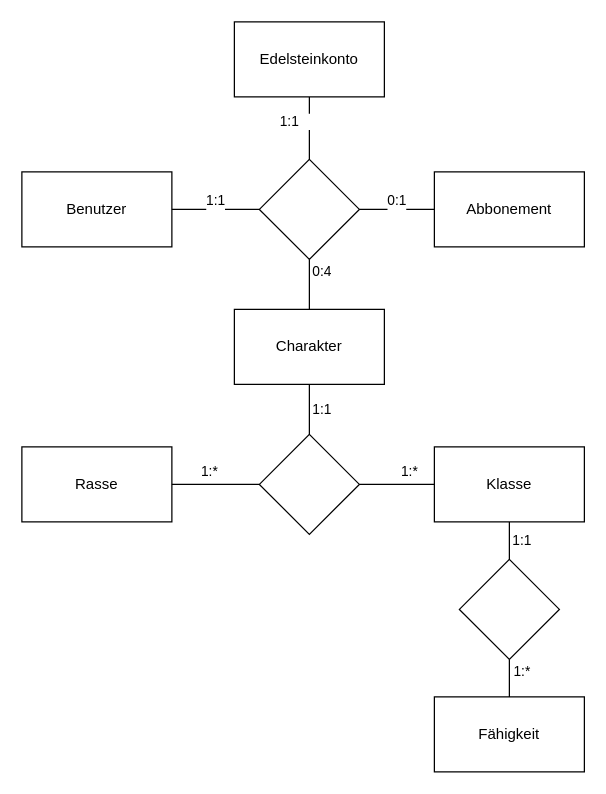
Above: Datenbanken_Milan.drawio in mitmirzutun/Datenbanken (draw.io), before the change. Source tidied: cells renumbered, new cells numbered last; positions are measured from the earlier drawing's top-left corner, leaving out a move shared by most shapes. Both pictures are drawn from the tidied source at 125%, with x=0, y=0 at pixel (21, 21).
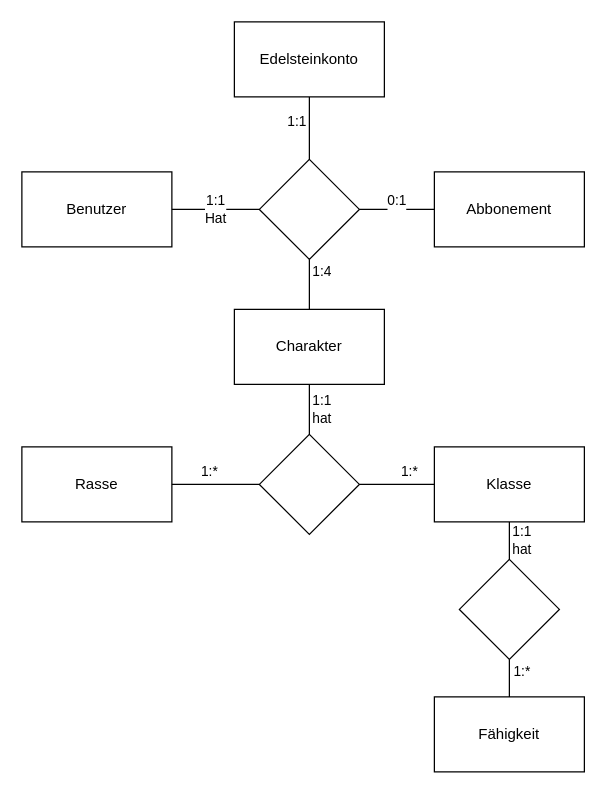
The same page after the edit.

The change refers to these unchanged cells:
```xml
<mxCell id="2" value="Benutzer" style="rounded=0;whiteSpace=wrap;html=1;" parent="1" vertex="1">
  <mxGeometry y="120" width="120" height="60" as="geometry" />
</mxCell>
<mxCell id="3" style="rhombus;whiteSpace=wrap;html=1;" parent="1" vertex="1">
  <mxGeometry x="190" y="110" width="80" height="80" as="geometry" />
</mxCell>
<mxCell id="7" value="Edelsteinkonto" style="rounded=0;whiteSpace=wrap;html=1;" parent="1" vertex="1">
  <mxGeometry x="170" width="120" height="60" as="geometry" />
</mxCell>
<mxCell id="10" value="Charakter" style="rounded=0;whiteSpace=wrap;html=1;" parent="1" vertex="1">
  <mxGeometry x="170" y="230" width="120" height="60" as="geometry" />
</mxCell>
<mxCell id="13" value="Klasse" style="rounded=0;whiteSpace=wrap;html=1;" parent="1" vertex="1">
  <mxGeometry x="330" y="340" width="120" height="60" as="geometry" />
</mxCell>
<mxCell id="17" style="rhombus;whiteSpace=wrap;html=1;" parent="1" vertex="1">
  <mxGeometry x="350" y="430" width="80" height="80" as="geometry" />
</mxCell>
<mxCell id="19" style="rhombus;whiteSpace=wrap;html=1;" parent="1" vertex="1">
  <mxGeometry x="190" y="330" width="80" height="80" as="geometry" />
</mxCell>
```

What changed in the source:
```diff
@@
-    <mxCell id="4" value="1:1&lt;br&gt;&amp;nbsp;" style="endArrow=none;html=1;entryX=0;entryY=0.5;entryDx=0;entryDy=0;exitX=1;exitY=0.5;exitDx=0;exitDy=0;" parent="1" edge="1" source="2" target="3">
+    <mxCell id="4" value="1:1&lt;br&gt;Hat" style="endArrow=none;html=1;entryX=0;entryY=0.5;entryDx=0;entryDy=0;exitX=1;exitY=0.5;exitDx=0;exitDy=0;" parent="1" edge="1" source="2" target="3">
       <mxGeometry relative="1" as="geometry">
         <Array as="points">
           <mxPoint x="150" y="150" />
         </Array>
       </mxGeometry>
     </mxCell>
@@
-    <mxCell id="8" value="1:1&amp;nbsp; &amp;nbsp;&amp;nbsp;" style="endArrow=none;html=1;exitX=0.5;exitY=1;exitDx=0;exitDy=0;" parent="1" edge="1" source="7">
+    <mxCell id="8" value="1:1" style="endArrow=none;html=1;exitX=0.5;exitY=1;exitDx=0;exitDy=0;" parent="1" edge="1" source="7">
       <mxGeometry x="-0.2" y="-10" relative="1" as="geometry">
         <mxPoint x="230" y="110" as="targetPoint" />
       </mxGeometry>
     </mxCell>
-    <mxCell id="9" value="0:4" style="endArrow=none;html=1;entryX=0.5;entryY=1;entryDx=0;entryDy=0;exitX=0.5;exitY=0;exitDx=0;exitDy=0;" parent="1" edge="1" source="10" target="3">
+    <mxCell id="9" value="1:4" style="endArrow=none;html=1;entryX=0.5;entryY=1;entryDx=0;entryDy=0;exitX=0.5;exitY=0;exitDx=0;exitDy=0;" parent="1" edge="1" source="10" target="3">
       <mxGeometry x="0.5" y="-10" relative="1" as="geometry" />
     </mxCell>
@@
-    <mxCell id="18" value="1:1" style="endArrow=none;html=1;entryX=0.5;entryY=0;entryDx=0;entryDy=0;exitX=0.5;exitY=1;exitDx=0;exitDy=0;" parent="1" edge="1" source="13" target="17">
+    <mxCell id="18" value="1:1&lt;br&gt;hat" style="endArrow=none;html=1;entryX=0.5;entryY=0;entryDx=0;entryDy=0;exitX=0.5;exitY=1;exitDx=0;exitDy=0;" parent="1" edge="1" source="13" target="17">
       <mxGeometry y="10" relative="1" as="geometry" />
     </mxCell>
@@
-    <mxCell id="20" value="1:1" style="endArrow=none;html=1;entryX=0.5;entryY=0;entryDx=0;entryDy=0;exitX=0.5;exitY=1;exitDx=0;exitDy=0;" parent="1" edge="1" source="10" target="19">
+    <mxCell id="20" value="1:1&lt;br&gt;hat" style="endArrow=none;html=1;entryX=0.5;entryY=0;entryDx=0;entryDy=0;exitX=0.5;exitY=1;exitDx=0;exitDy=0;" parent="1" edge="1" source="10" target="19">
       <mxGeometry y="10" relative="1" as="geometry" />
     </mxCell>
```
